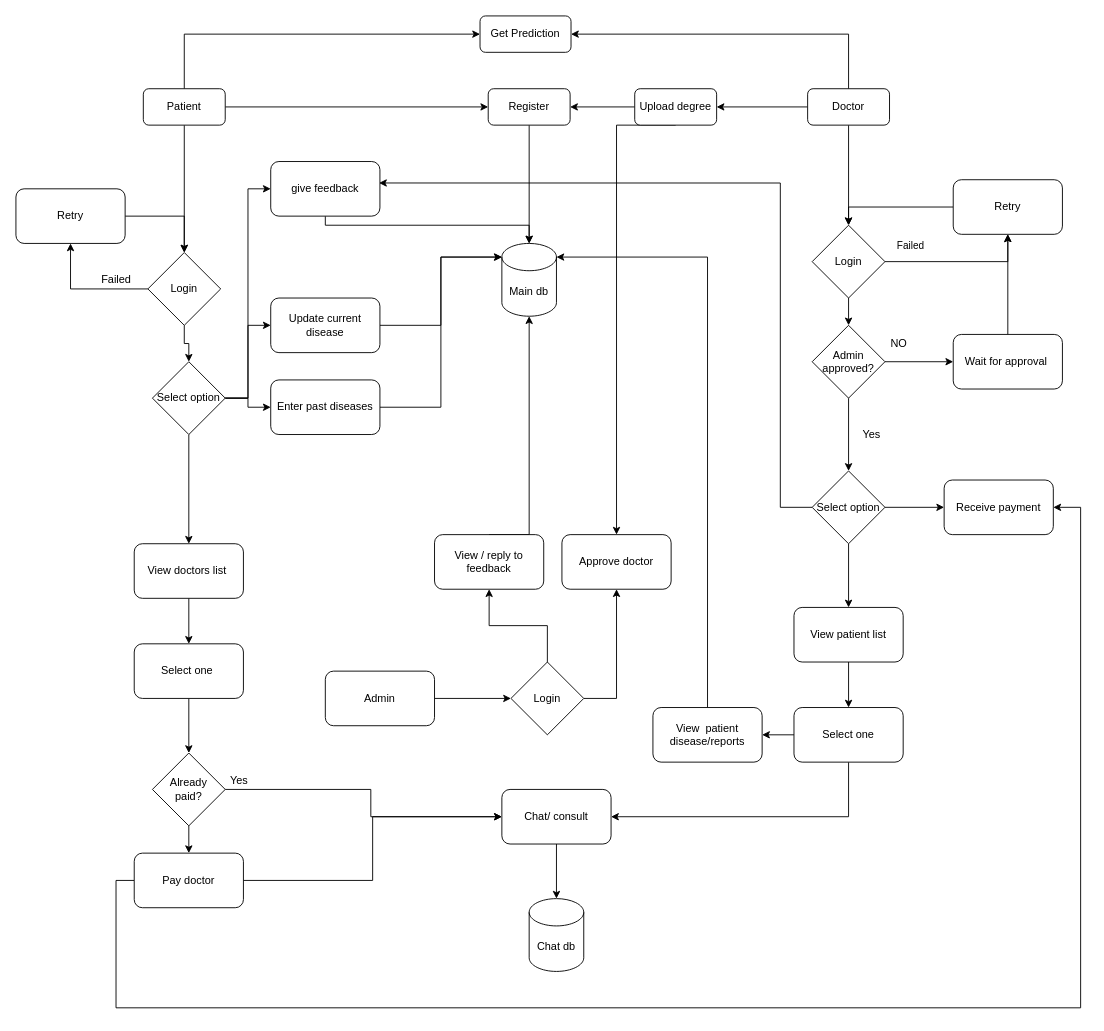
The draw.io diagram page "arch" (7 of 14) of stqa.drawio in MohitBurkule/doctorconnect, before the edit. Source tidied: cells renumbered, new cells numbered last; positions are measured from the earlier drawing's top-left corner, leaving out a move shared by most shapes. Both pictures are drawn from the tidied source at 91%, with x=0, y=0 at pixel (15, 15).
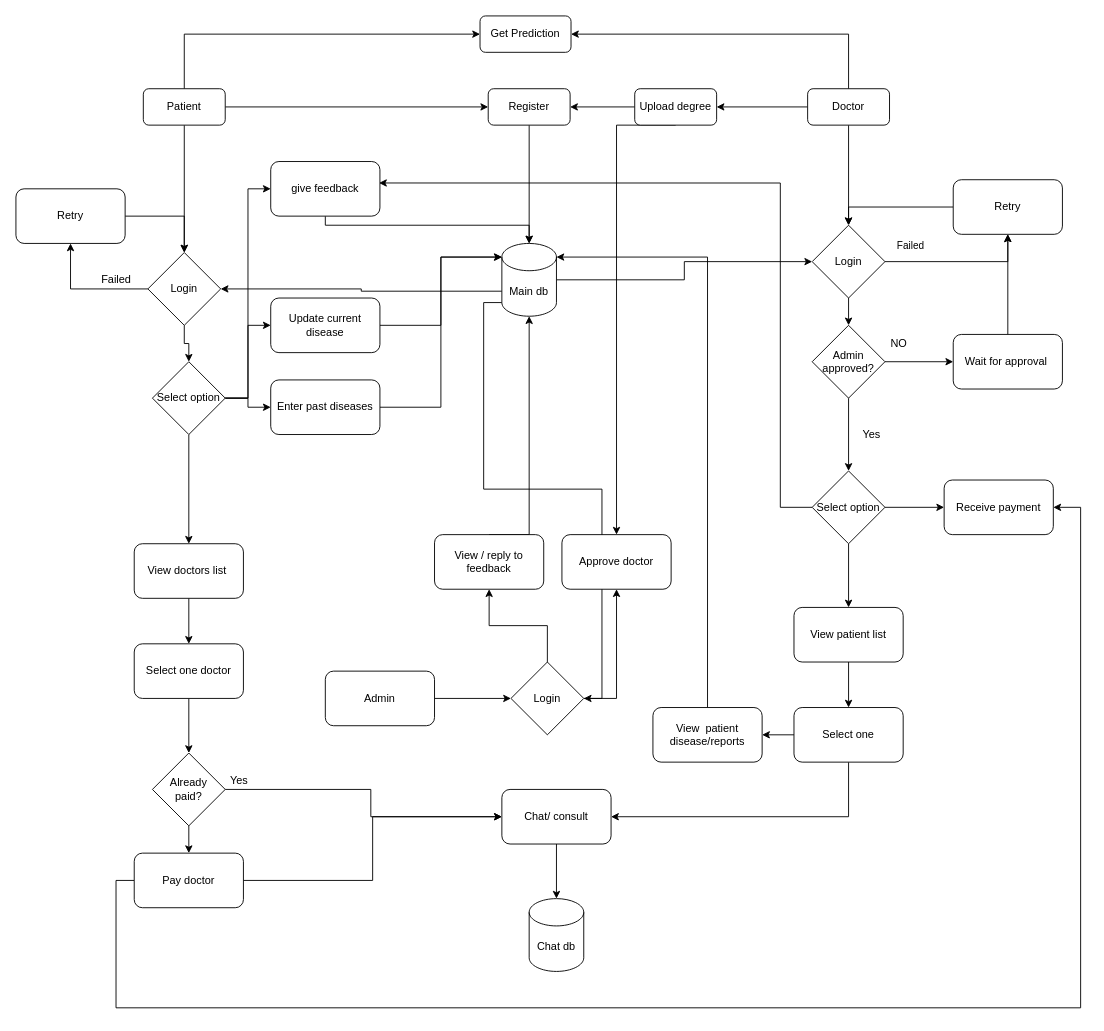
Above is the later version.

The change refers to these unchanged cells:
```xml
<mxCell id="2" value="Main db" style="shape=cylinder3;whiteSpace=wrap;html=1;boundedLbl=1;backgroundOutline=1;size=15;" parent="1" vertex="1">
  <mxGeometry x="534" y="250" width="60" height="80" as="geometry" />
</mxCell>
<mxCell id="15" value="Login" style="rhombus;whiteSpace=wrap;html=1;" parent="1" vertex="1">
  <mxGeometry x="145" y="260" width="80" height="80" as="geometry" />
</mxCell>
<mxCell id="19" value="Login" style="rhombus;whiteSpace=wrap;html=1;" parent="1" vertex="1">
  <mxGeometry x="875" y="230" width="80" height="80" as="geometry" />
</mxCell>
<mxCell id="79" value="Login" style="rhombus;whiteSpace=wrap;html=1;" parent="1" vertex="1">
  <mxGeometry x="544" y="710" width="80" height="80" as="geometry" />
</mxCell>
```

Change to the diagram source:
```diff
@@
+    <mxCell id="81" style="edgeStyle=orthogonalEdgeStyle;rounded=0;jettySize=auto;html=1;exitX=0;exitY=0;exitDx=0;exitDy=52.5;exitPerimeter=0;entryX=1;entryY=0.5;entryDx=0;entryDy=0;" parent="1" edge="1" source="2" target="15">
+      <mxGeometry relative="1" as="geometry" />
+    </mxCell>
+    <mxCell id="82" style="edgeStyle=orthogonalEdgeStyle;rounded=0;jettySize=auto;html=1;exitX=1;exitY=0.5;exitDx=0;exitDy=0;exitPerimeter=0;entryX=0;entryY=0.5;entryDx=0;entryDy=0;" parent="1" edge="1" source="2" target="19">
+      <mxGeometry relative="1" as="geometry" />
+    </mxCell>
+    <mxCell id="83" style="edgeStyle=orthogonalEdgeStyle;rounded=0;jettySize=auto;html=1;exitX=0;exitY=1;exitDx=0;exitDy=-15;exitPerimeter=0;entryX=1;entryY=0.5;entryDx=0;entryDy=0;" parent="1" edge="1" source="2" target="79">
+      <mxGeometry relative="1" as="geometry" />
+    </mxCell>
@@
-    <mxCell id="25" value="Select one&amp;nbsp;" style="rounded=1;whiteSpace=wrap;html=1;" parent="1" vertex="1">
+    <mxCell id="25" value="Select one doctor" style="rounded=1;whiteSpace=wrap;html=1;" parent="1" vertex="1">
       <mxGeometry x="130" y="690" width="120" height="60" as="geometry" />
     </mxCell>
```
